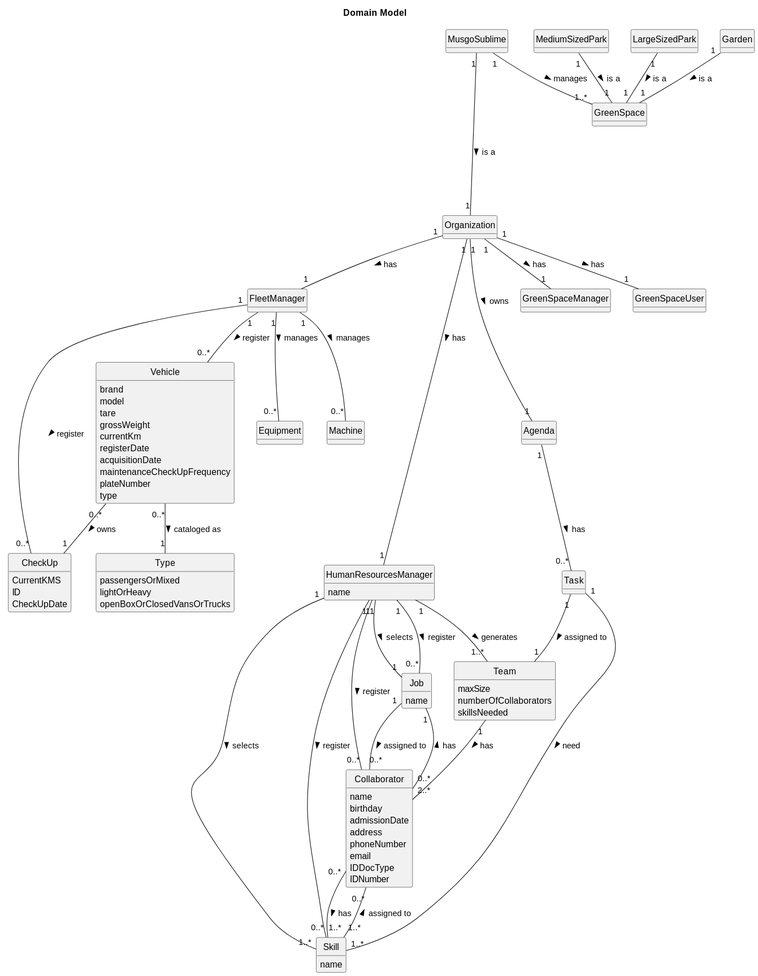
This is docs/sprintA/global-artifacts/02.analysis/svg/project-domain-model.svg from daniel41silva05/ISEP_2023_2024_LAPR2, a PlantUML export, as it was before one commit.
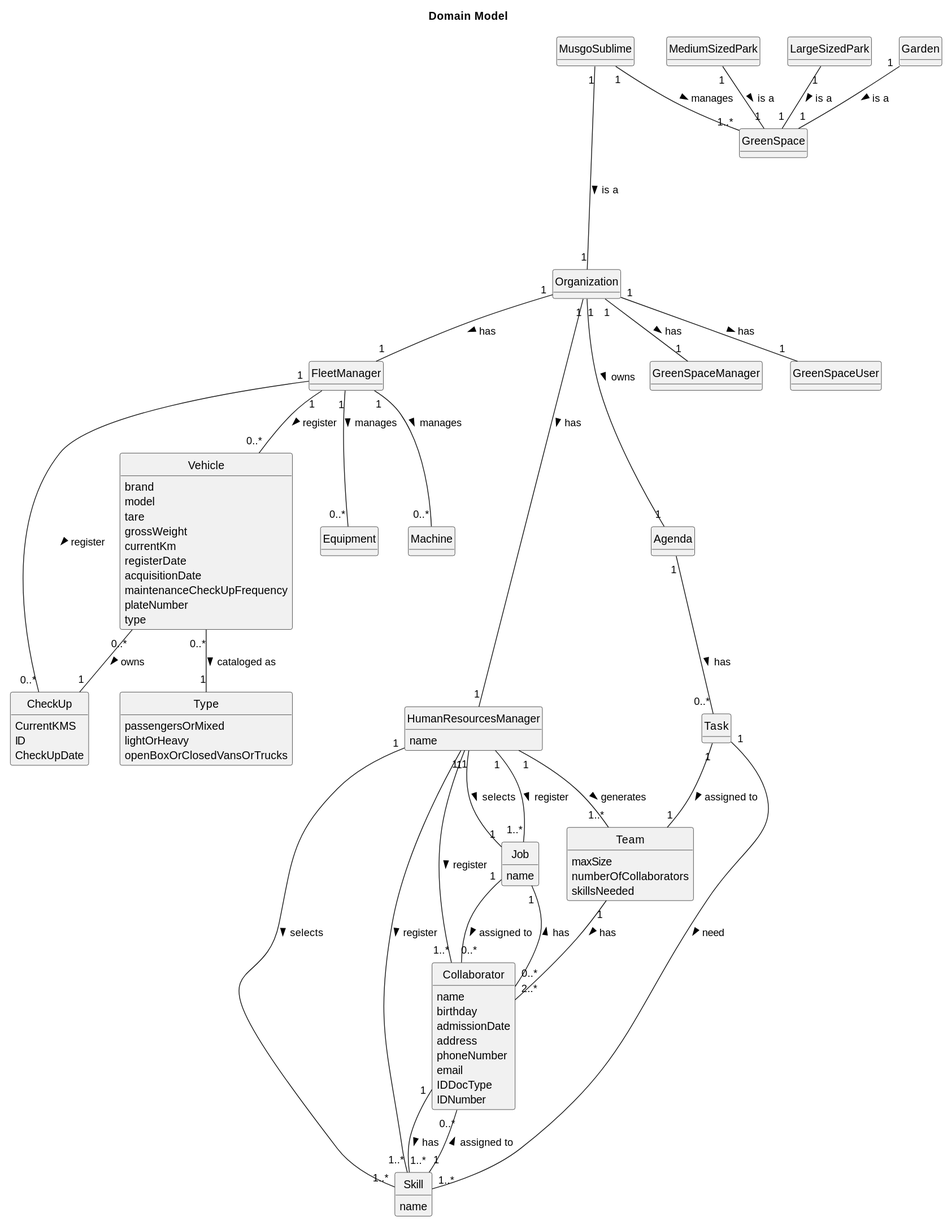
Later version of the same file.

Commit message:
Update US05, US01 and global domain

What changed in the source:
```diff
@@ -98,14 +98,14 @@
 Organization "1" -- "1" GreenSpaceUser : has >
 Organization "1" --- "1" Agenda : owns >
 Collaborator "0..*" -- "1" Job : has >
-Collaborator "0..*" -- "1..*" Skill : has >
+Collaborator "1" -- "1..*" Skill : has >
 HumanResourcesManager "1" -- "1" Job : selects  >
 HumanResourcesManager "1" -- "1..*" Skill : selects  >
-HumanResourcesManager "1" -- "0..*" Job : register  >
+HumanResourcesManager "1" -- "1..*" Job : register  >
 Job "1" -- "0..*" Collaborator : assigned to >
-Skill "1..*" -- "0..*" Collaborator : assigned to >
-HumanResourcesManager "1" -- "0..*" Collaborator : register >
-HumanResourcesManager "1" -- "0..*" Skill : register >
+Skill "1" -- "0..*" Collaborator : assigned to >
+HumanResourcesManager "1" -- "1..*" Collaborator : register >
+HumanResourcesManager "1" -- "1..*" Skill : register >
 HumanResourcesManager "1" -- "1..*" Team : generates >
 FleetManager "1" -- "0..*" Vehicle : register >
 FleetManager "1" -- "0..*" Equipment : manages >
```
